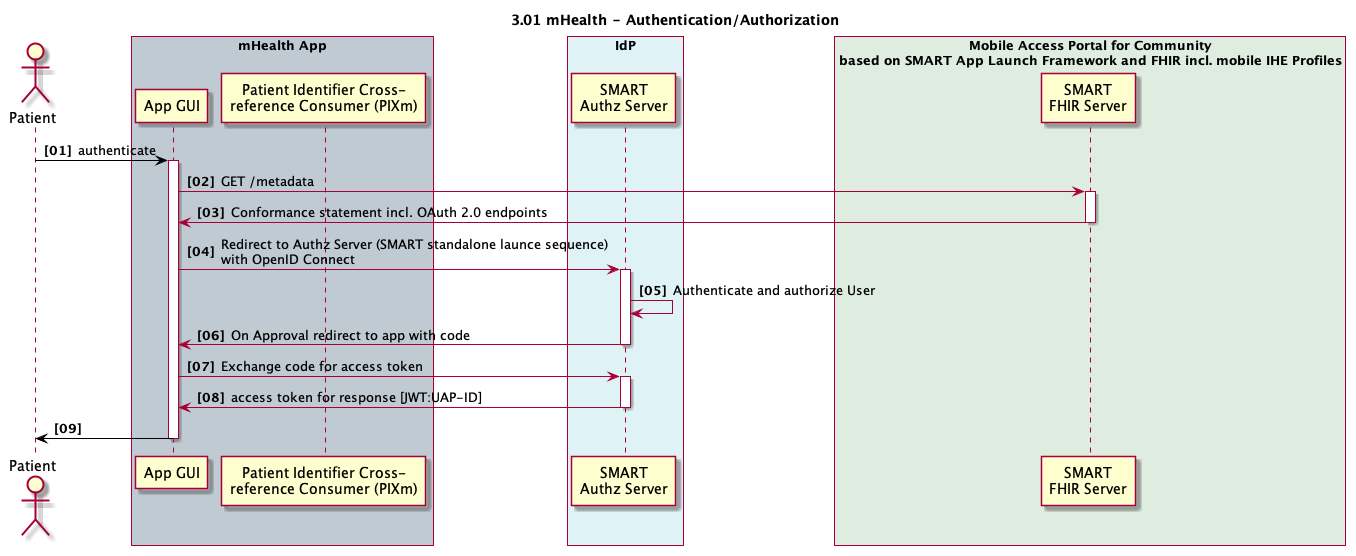
ahdis/ch-epr-seqdiag keeps this PlantUML diagram as 3_01_mhealth_idp.plantuml.png. Above is the earlier version. Its diagram source:
```plantuml
@startuml
skinparam Padding 1
autonumber 1 1 "<b>[00]"
title 3.01 mHealth - Authentication/Authorization

actor user as "Patient"

box "mHealth App" #BFCAD2
	participant app as "App GUI"
    participant pixmconsumer as "Patient Identifier Cross-\nreference Consumer (PIXm)"
end box

box "IdP" #DFF3F7
	participant idp_user_authentication_provider as "SMART\nAuthz Server"
end box

box "Mobile Access Portal for Community\nbased on SMART App Launch Framework and FHIR incl. mobile IHE Profiles" #DEEDE0
	participant mp_fhirserver as "SMART\nFHIR Server"
end box

user -[#black]> app: authenticate
activate app


app -> mp_fhirserver: GET /metadata
activate mp_fhirserver
app <- mp_fhirserver: Conformance statement incl. OAuth 2.0 endpoints
deactivate mp_fhirserver
app -> idp_user_authentication_provider: Redirect to Authz Server (SMART standalone launce sequence)\nwith OpenID Connect
activate idp_user_authentication_provider
idp_user_authentication_provider -> idp_user_authentication_provider: Authenticate and authorize User
idp_user_authentication_provider -> app: On Approval redirect to app with code
deactivate idp_user_authentication_provider
app -> idp_user_authentication_provider: Exchange code for access token
activate idp_user_authentication_provider
app <- idp_user_authentication_provider: access token for response [JWT:UAP-ID]
deactivate idp_user_authentication_provider

user <[#black]- app
deactivate app

@enduml
```
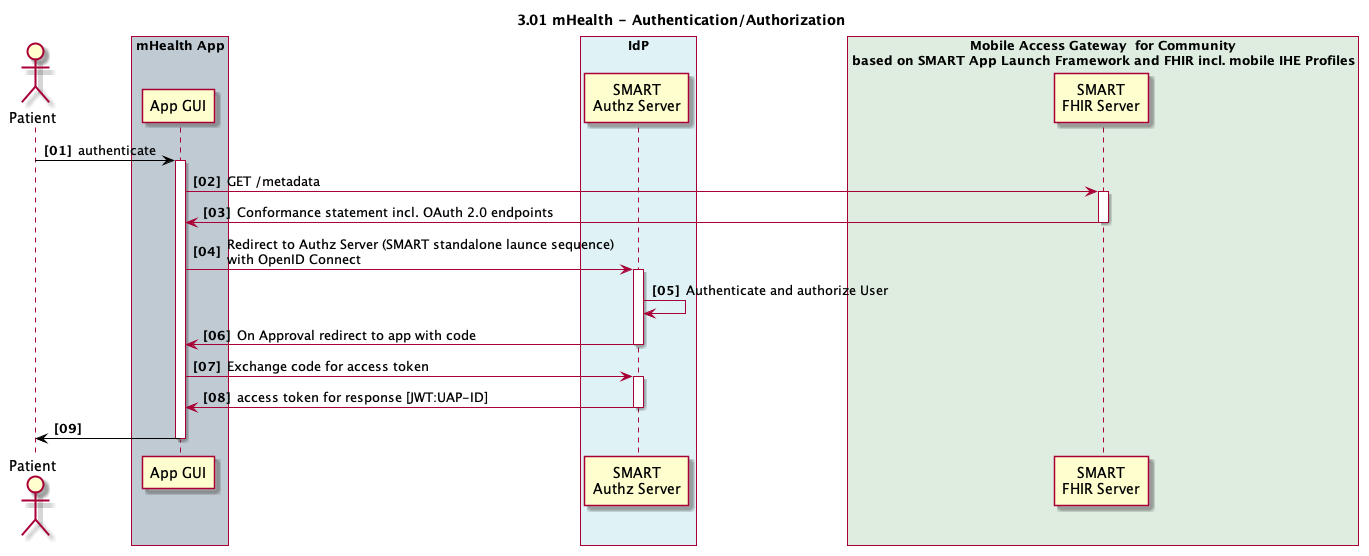
The same diagram one commit later.

Commit message:
introduce mobile access gateway

What changed in the source:
```diff
@@ -7,14 +7,13 @@
 
 box "mHealth App" #BFCAD2
 	participant app as "App GUI"
-    participant pixmconsumer as "Patient Identifier Cross-\nreference Consumer (PIXm)"
 end box
 
 box "IdP" #DFF3F7
 	participant idp_user_authentication_provider as "SMART\nAuthz Server"
 end box
 
-box "Mobile Access Portal for Community\nbased on SMART App Launch Framework and FHIR incl. mobile IHE Profiles" #DEEDE0
+box "Mobile Access Gateway  for Community\nbased on SMART App Launch Framework and FHIR incl. mobile IHE Profiles" #DEEDE0
 	participant mp_fhirserver as "SMART\nFHIR Server"
 end box
 
```
